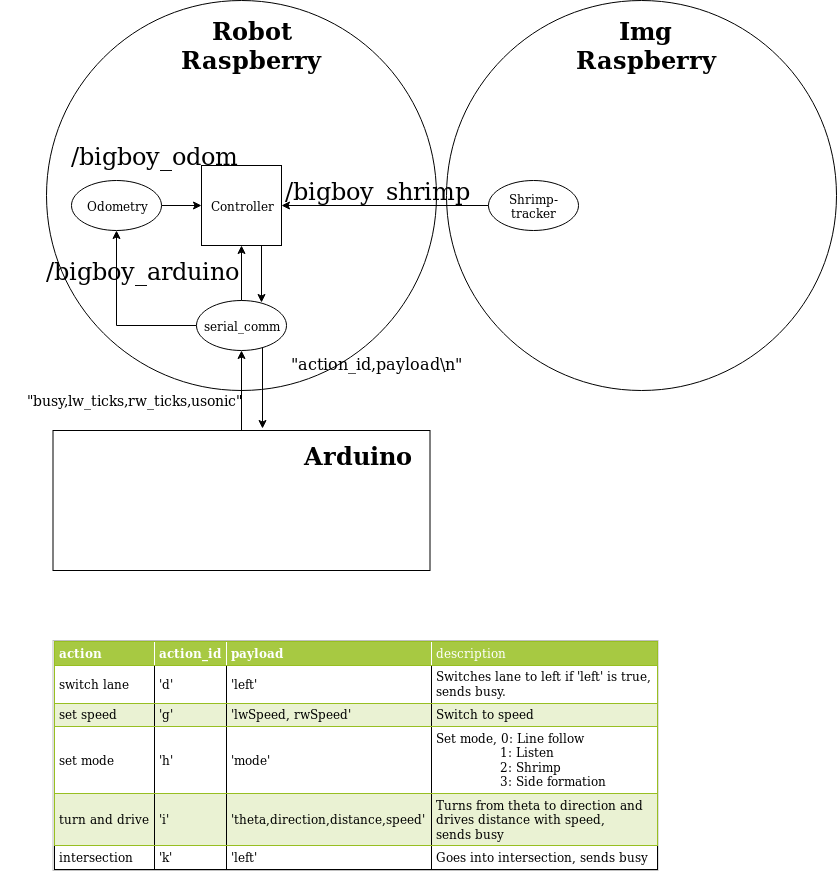
Above: project/overview.png in Anguse/deis-labs (draw.io), before the change. Source tidied: cells renumbered, new cells last; positions are measured from the earlier drawing's top-left corner, leaving out a move shared by most shapes.
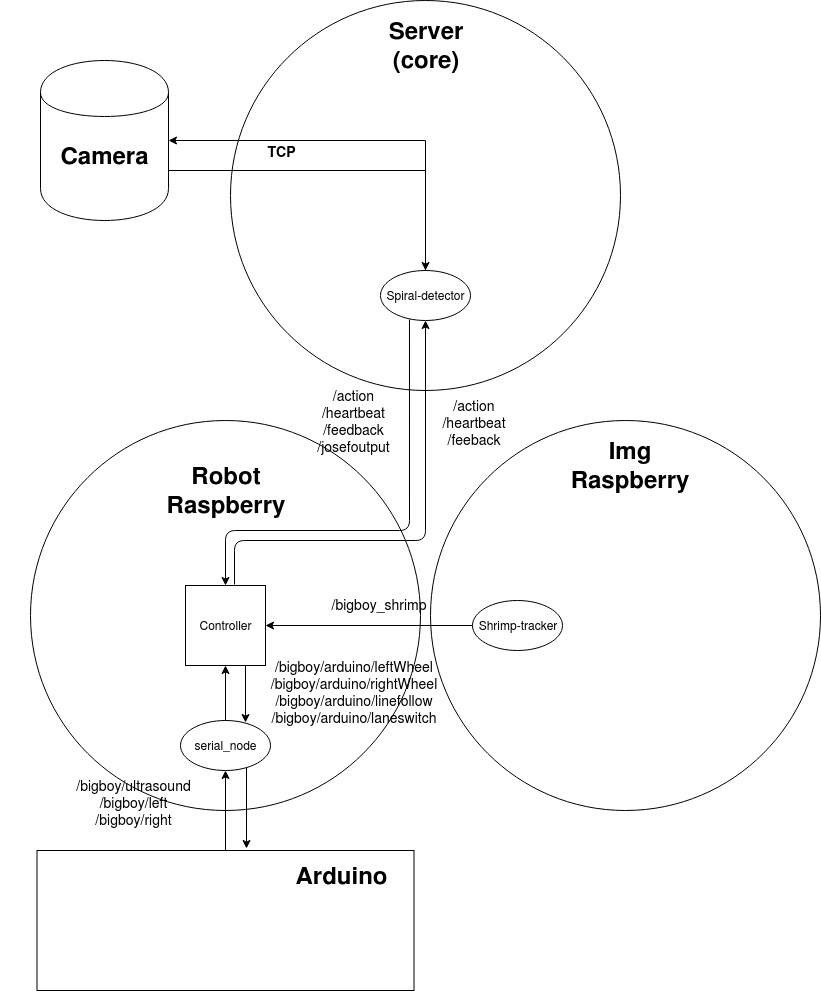
Above is the later version.

Commit message:
Updated overview chart

Change to the diagram source:
```diff
@@ -14,21 +14,12 @@
     <mxCell id="5" value="Controller" style="whiteSpace=wrap;html=1;" parent="1" vertex="1">
       <mxGeometry x="201" y="165" width="80" height="80" as="geometry" />
     </mxCell>
-    <mxCell id="6" style="edgeStyle=orthogonalEdgeStyle;rounded=0;jettySize=auto;html=1;exitX=0;exitY=0.5;exitDx=0;exitDy=0;entryX=0.5;entryY=1;entryDx=0;entryDy=0;fontSize=24;" parent="1" edge="1" source="7" target="10">
-      <mxGeometry relative="1" as="geometry" />
-    </mxCell>
-    <mxCell id="7" value="serial_comm" style="ellipse;whiteSpace=wrap;html=1;" parent="1" vertex="1">
+    <mxCell id="7" value="serial_node" style="ellipse;whiteSpace=wrap;html=1;" parent="1" vertex="1">
       <mxGeometry x="196" y="300" width="90" height="50" as="geometry" />
     </mxCell>
     <mxCell id="8" value="&lt;div&gt;Robot Raspberry&lt;br&gt;&lt;/div&gt;" style="text;html=1;strokeColor=none;fillColor=none;align=center;verticalAlign=middle;whiteSpace=wrap;rounded=0;fontSize=24;fontStyle=1;" parent="1" vertex="1">
-      <mxGeometry x="193.5" y="30" width="115" height="30" as="geometry" />
+      <mxGeometry x="183.5" y="55" width="115" height="30" as="geometry" />
     </mxCell>
-    <mxCell id="9" style="edgeStyle=orthogonalEdgeStyle;rounded=0;jettySize=auto;html=1;exitX=1;exitY=0.5;exitDx=0;exitDy=0;entryX=0;entryY=0.5;entryDx=0;entryDy=0;fontSize=24;" parent="1" edge="1" source="10" target="5">
-      <mxGeometry relative="1" as="geometry" />
-    </mxCell>
-    <mxCell id="10" value="Odometry" style="ellipse;whiteSpace=wrap;html=1;" parent="1" vertex="1">
-      <mxGeometry x="71" y="180" width="90" height="50" as="geometry" />
-    </mxCell>
     <mxCell id="11" value="Img Raspberry" style="text;html=1;strokeColor=none;fillColor=none;align=center;verticalAlign=middle;whiteSpace=wrap;rounded=0;fontSize=24;fontStyle=1;" parent="1" vertex="1">
       <mxGeometry x="588" y="30" width="115" height="30" as="geometry" />
     </mxCell>
@@ -41,15 +32,9 @@
     <mxCell id="14" style="edgeStyle=orthogonalEdgeStyle;rounded=0;jettySize=auto;html=1;exitX=0.5;exitY=0;exitDx=0;exitDy=0;entryX=0.5;entryY=1;entryDx=0;entryDy=0;fontSize=24;exitPerimeter=0;" parent="1" edge="1" source="7" target="5">
       <mxGeometry relative="1" as="geometry" />
     </mxCell>
-    <mxCell id="15" value="&lt;div&gt;/bigboy_shrimp&lt;/div&gt;" style="text;html=1;strokeColor=none;fillColor=none;align=center;verticalAlign=middle;whiteSpace=wrap;rounded=0;fontSize=24;" parent="1" vertex="1">
-      <mxGeometry x="356.5" y="180" width="40" height="20" as="geometry" />
+    <mxCell id="15" value="&lt;div style=&quot;font-size: 14px&quot;&gt;&lt;font style=&quot;font-size: 14px&quot;&gt;/bigboy_shrimp&lt;/font&gt;&lt;/div&gt;" style="text;html=1;strokeColor=none;fillColor=none;align=center;verticalAlign=middle;whiteSpace=wrap;rounded=0;fontSize=24;" parent="1" vertex="1">
+      <mxGeometry x="374" y="165" width="40" height="20" as="geometry" />
     </mxCell>
-    <mxCell id="16" value="&lt;div&gt;/bigboy_arduino&lt;/div&gt;" style="text;html=1;strokeColor=none;fillColor=none;align=center;verticalAlign=middle;whiteSpace=wrap;rounded=0;fontSize=24;" parent="1" vertex="1">
-      <mxGeometry x="121" y="260" width="40" height="20" as="geometry" />
-    </mxCell>
-    <mxCell id="17" value="&lt;div&gt;/bigboy_odom&lt;/div&gt;" style="text;html=1;strokeColor=none;fillColor=none;align=center;verticalAlign=middle;whiteSpace=wrap;rounded=0;fontSize=24;" parent="1" vertex="1">
-      <mxGeometry x="133.5" y="145" width="40" height="20" as="geometry" />
-    </mxCell>
     <mxCell id="18" style="edgeStyle=orthogonalEdgeStyle;rounded=0;jettySize=auto;html=1;exitX=0.5;exitY=0;exitDx=0;exitDy=0;entryX=0.5;entryY=1;entryDx=0;entryDy=0;fontSize=24;" parent="1" edge="1" source="19" target="7">
       <mxGeometry relative="1" as="geometry" />
     </mxCell>
@@ -59,19 +44,67 @@
     <mxCell id="20" value="Arduino" style="text;html=1;strokeColor=none;fillColor=none;align=center;verticalAlign=middle;whiteSpace=wrap;rounded=0;fontSize=24;fontStyle=1;" parent="1" vertex="1">
       <mxGeometry x="299" y="440" width="115" height="30" as="geometry" />
     </mxCell>
-    <mxCell id="21" value="&lt;div style=&quot;font-size: 14px&quot;&gt;&lt;font style=&quot;font-size: 14px&quot;&gt;&quot;busy,lw_ticks,rw_ticks,usonic&quot;&lt;/font&gt;&lt;/div&gt;" style="text;html=1;strokeColor=none;fillColor=none;align=center;verticalAlign=middle;whiteSpace=wrap;rounded=0;fontSize=14;" parent="1" vertex="1">
-      <mxGeometry x="0.5" y="390" width="266" height="20" as="geometry" />
+    <mxCell id="21" value="&lt;div&gt;/bigboy/arduino/leftWheel&lt;/div&gt;&lt;div&gt;/bigboy/arduino/rightWheel&lt;/div&gt;&lt;div&gt;/bigboy/arduino/linefollow&lt;/div&gt;&lt;div&gt;/bigboy/arduino/laneswitch&lt;br&gt;&lt;/div&gt;&lt;div&gt;&lt;br&gt;&lt;/div&gt;" style="text;html=1;strokeColor=none;fillColor=none;align=center;verticalAlign=middle;whiteSpace=wrap;rounded=0;fontSize=14;" parent="1" vertex="1">
+      <mxGeometry x="236" y="270" width="266" height="20" as="geometry" />
     </mxCell>
-    <mxCell id="22" value="&lt;div&gt;&lt;font style=&quot;font-size: 16px&quot;&gt;&quot;action_id,payload\n&quot;&lt;br&gt;&lt;/font&gt;&lt;/div&gt;" style="text;html=1;strokeColor=none;fillColor=none;align=center;verticalAlign=middle;whiteSpace=wrap;rounded=0;fontSize=24;" parent="1" vertex="1">
-      <mxGeometry x="243.5" y="350" width="266" height="20" as="geometry" />
-    </mxCell>
-    <mxCell id="23" value="&lt;table style=&quot;width: 100% ; height: 100% ; border-collapse: collapse&quot; width=&quot;100%&quot; cellpadding=&quot;4&quot; border=&quot;1&quot;&gt;&lt;tbody&gt;&lt;tr style=&quot;background-color: #a7c942 ; color: #ffffff ; border: 1px solid #98bf21&quot;&gt;&lt;th align=&quot;left&quot;&gt;action&lt;/th&gt;&lt;th align=&quot;left&quot;&gt;action_id&lt;/th&gt;&lt;th align=&quot;left&quot;&gt;payload&lt;/th&gt;&lt;td&gt;description&lt;br&gt;&lt;/td&gt;&lt;/tr&gt;&lt;tr style=&quot;border: 1px solid #98bf21&quot;&gt;&lt;td&gt;switch lane&lt;br&gt;&lt;/td&gt;&lt;td&gt;'d'&lt;/td&gt;&lt;td&gt;'left'&lt;br&gt;&lt;/td&gt;&lt;td&gt;Switches lane to left if 'left' is true,&lt;br&gt;sends busy.&lt;br&gt;&lt;/td&gt;&lt;/tr&gt;&lt;tr style=&quot;background-color: #eaf2d3 ; border: 1px solid #98bf21&quot;&gt;&lt;td&gt;set speed&lt;br&gt;&lt;/td&gt;&lt;td&gt;'g'&lt;/td&gt;&lt;td&gt;'lwSpeed, rwSpeed'&lt;br&gt;&lt;/td&gt;&lt;td&gt;Switch to speed&lt;br&gt;&lt;/td&gt;&lt;/tr&gt;&lt;tr style=&quot;border: 1px solid #98bf21&quot;&gt;&lt;td&gt;set mode&lt;br&gt;&lt;/td&gt;&lt;td&gt;'h'&lt;/td&gt;&lt;td&gt;'mode'&lt;/td&gt;&lt;td&gt;Set mode, 0: Line follow&lt;br&gt;&amp;nbsp;&amp;nbsp;&amp;nbsp;&amp;nbsp;&amp;nbsp;&amp;nbsp;&amp;nbsp;&amp;nbsp;&amp;nbsp;&amp;nbsp;&amp;nbsp;&amp;nbsp;&amp;nbsp;&amp;nbsp;&amp;nbsp; 1: Listen&lt;br&gt;&amp;nbsp;&amp;nbsp;&amp;nbsp;&amp;nbsp;&amp;nbsp;&amp;nbsp;&amp;nbsp;&amp;nbsp;&amp;nbsp;&amp;nbsp;&amp;nbsp;&amp;nbsp;&amp;nbsp;&amp;nbsp;&amp;nbsp; 2: Shrimp&lt;br&gt;&amp;nbsp;&amp;nbsp;&amp;nbsp;&amp;nbsp;&amp;nbsp;&amp;nbsp;&amp;nbsp;&amp;nbsp;&amp;nbsp;&amp;nbsp;&amp;nbsp;&amp;nbsp;&amp;nbsp;&amp;nbsp;&amp;nbsp; 3: Side formation&lt;br&gt;&lt;/td&gt;&lt;/tr&gt;&lt;tr style=&quot;background-color: #eaf2d3 ; border: 1px solid #98bf21&quot;&gt;&lt;td&gt;turn and drive&lt;br&gt;&lt;/td&gt;&lt;td&gt;'i'&lt;/td&gt;&lt;td&gt;'theta,direction,distance,speed'&lt;br&gt;&lt;/td&gt;&lt;td&gt;Turns from theta to direction and&lt;br&gt;drives distance with speed,&lt;br&gt;sends busy&lt;br&gt;&lt;/td&gt;&lt;/tr&gt;&lt;tr&gt;&lt;td&gt;intersection&lt;br&gt;&lt;/td&gt;&lt;td&gt;'k'&lt;br&gt;&lt;/td&gt;&lt;td&gt;'left'&lt;br&gt;&lt;/td&gt;&lt;td&gt;Goes into intersection, sends busy&lt;br&gt;&lt;/td&gt;&lt;/tr&gt;&lt;/tbody&gt;&lt;/table&gt;" style="text;html=1;strokeColor=#c0c0c0;fillColor=#ffffff;overflow=fill;rounded=0;" parent="1" vertex="1">
-      <mxGeometry x="52.5" y="640" width="605" height="230" as="geometry" />
-    </mxCell>
     <mxCell id="24" style="edgeStyle=orthogonalEdgeStyle;rounded=0;jettySize=auto;html=1;entryX=0.733;entryY=0.94;entryDx=0;entryDy=0;fontSize=24;entryPerimeter=0;exitX=0.733;exitY=0.94;exitDx=0;exitDy=0;exitPerimeter=0;" parent="1" edge="1" source="7">
       <mxGeometry relative="1" as="geometry">
         <mxPoint x="262" y="428" as="targetPoint" />
       </mxGeometry>
     </mxCell>
+    <mxCell id="25" value="&lt;div&gt;/bigboy/ultrasound&lt;/div&gt;&lt;div&gt;/bigboy/left&lt;/div&gt;&lt;div&gt;/bigboy/right&lt;/div&gt;&lt;div&gt;&lt;br&gt;&lt;/div&gt;" style="text;html=1;strokeColor=none;fillColor=none;align=center;verticalAlign=middle;whiteSpace=wrap;rounded=0;fontSize=14;" parent="1" vertex="1">
+      <mxGeometry x="16" y="380" width="266" height="20" as="geometry" />
+    </mxCell>
+    <mxCell id="26" style="ellipse;whiteSpace=wrap;html=1;align=left;" parent="1" vertex="1">
+      <mxGeometry x="246" y="-420" width="390" height="390" as="geometry" />
+    </mxCell>
+    <mxCell id="27" value="&lt;div&gt;Server&lt;br&gt;&lt;/div&gt;(core)" style="text;html=1;strokeColor=none;fillColor=none;align=center;verticalAlign=middle;whiteSpace=wrap;rounded=0;fontSize=24;fontStyle=1;" parent="1" vertex="1">
+      <mxGeometry x="383.5" y="-390" width="115" height="30" as="geometry" />
+    </mxCell>
+    <mxCell id="28" style="endArrow=classic;html=1;exitX=0.613;exitY=-0.012;exitDx=0;exitDy=0;exitPerimeter=0;entryX=0.5;entryY=1;entryDx=0;entryDy=0;" parent="1" edge="1" source="5" target="32">
+      <mxGeometry relative="1" as="geometry">
+        <Array as="points">
+          <mxPoint x="250" y="120" />
+          <mxPoint x="441" y="120" />
+        </Array>
+      </mxGeometry>
+    </mxCell>
+    <mxCell id="29" style="endArrow=classic;html=1;entryX=0.5;entryY=0;entryDx=0;entryDy=0;exitX=0.322;exitY=0.98;exitDx=0;exitDy=0;exitPerimeter=0;" parent="1" edge="1" source="32" target="5">
+      <mxGeometry relative="1" as="geometry">
+        <Array as="points">
+          <mxPoint x="425" y="110" />
+          <mxPoint x="241" y="110" />
+        </Array>
+      </mxGeometry>
+    </mxCell>
+    <mxCell id="30" value="&lt;div&gt;/action&lt;/div&gt;&lt;div&gt;/heartbeat&lt;/div&gt;&lt;div&gt;/feedback&lt;/div&gt;&lt;div&gt;/josefoutput&lt;br&gt;&lt;/div&gt;" style="text;html=1;strokeColor=none;fillColor=none;align=center;verticalAlign=middle;whiteSpace=wrap;rounded=0;fontSize=14;" parent="1" vertex="1">
+      <mxGeometry x="236" y="-10" width="266" height="20" as="geometry" />
+    </mxCell>
+    <mxCell id="31" value="&lt;div&gt;/action&lt;/div&gt;&lt;div&gt;/heartbeat&lt;/div&gt;&lt;div&gt;/feeback&lt;/div&gt;&lt;div&gt;&lt;br&gt;&lt;/div&gt;" style="text;html=1;strokeColor=none;fillColor=none;align=center;verticalAlign=middle;whiteSpace=wrap;rounded=0;fontSize=14;" parent="1" vertex="1">
+      <mxGeometry x="356.5" width="266" height="20" as="geometry" />
+    </mxCell>
+    <mxCell id="32" value="Spiral-detector" style="ellipse;whiteSpace=wrap;html=1;" parent="1" vertex="1">
+      <mxGeometry x="396" y="-150" width="90" height="50" as="geometry" />
+    </mxCell>
+    <mxCell id="33" style="edgeStyle=orthogonalEdgeStyle;rounded=0;jettySize=auto;html=1;exitX=0.5;exitY=0;exitDx=0;exitDy=0;entryX=1;entryY=0.5;entryDx=0;entryDy=0;" parent="1" edge="1" source="32" target="35">
+      <mxGeometry relative="1" as="geometry" />
+    </mxCell>
+    <mxCell id="34" style="edgeStyle=orthogonalEdgeStyle;rounded=0;jettySize=auto;html=1;exitX=1;exitY=0.5;exitDx=0;exitDy=0;entryX=0.5;entryY=0;entryDx=0;entryDy=0;" parent="1" edge="1" source="35" target="32">
+      <mxGeometry relative="1" as="geometry">
+        <Array as="points">
+          <mxPoint x="184" y="-250" />
+          <mxPoint x="441" y="-250" />
+        </Array>
+      </mxGeometry>
+    </mxCell>
+    <mxCell id="35" style="shape=cylinder;whiteSpace=wrap;html=1;boundedLbl=1;backgroundOutline=1;" parent="1" vertex="1">
+      <mxGeometry x="56" y="-360" width="128" height="160" as="geometry" />
+    </mxCell>
+    <mxCell id="36" value="&lt;b&gt;TCP&lt;br&gt;&lt;/b&gt;&lt;div&gt;&lt;b&gt;&lt;br&gt;&lt;/b&gt;&lt;/div&gt;" style="text;html=1;strokeColor=none;fillColor=none;align=center;verticalAlign=middle;whiteSpace=wrap;rounded=0;fontSize=14;" parent="1" vertex="1">
+      <mxGeometry x="163.5" y="-270" width="266" height="20" as="geometry" />
+    </mxCell>
+    <mxCell id="37" value="Camera" style="text;html=1;strokeColor=none;fillColor=none;align=center;verticalAlign=middle;whiteSpace=wrap;rounded=0;fontSize=24;fontStyle=1;" parent="1" vertex="1">
+      <mxGeometry x="62.5" y="-280" width="115" height="30" as="geometry" />
+    </mxCell>
   </root>
 </mxGraphModel>
```
